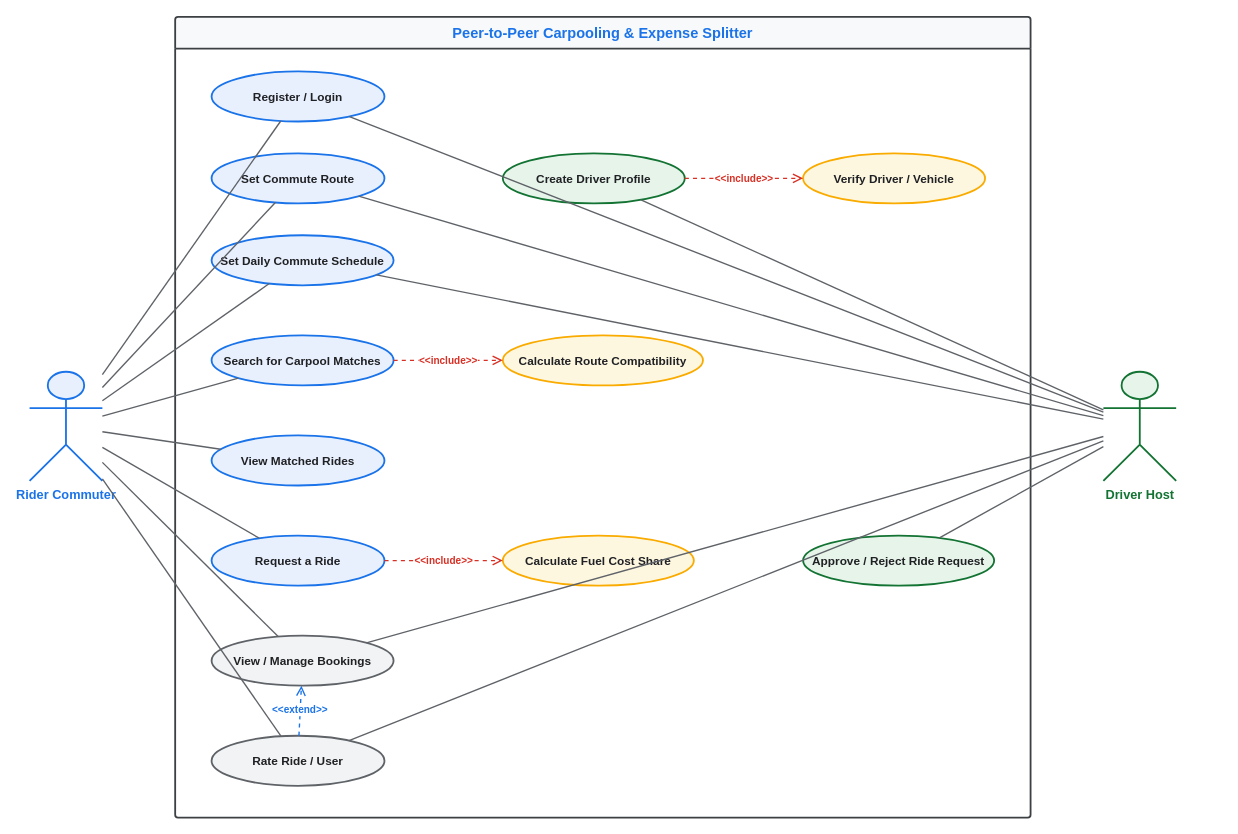
saathviksp/SE-Labs-PES1UG24CS394 keeps this draw.io diagram as Lab1/use-case-diagram.drawio. Above is the earlier version. Source tidied: cells renumbered, new cells numbered last; positions are measured from the earlier drawing's top-left corner, leaving out a move shared by most shapes. Both pictures are drawn from the tidied source at 91%, with x=0, y=0 at pixel (29, 16).
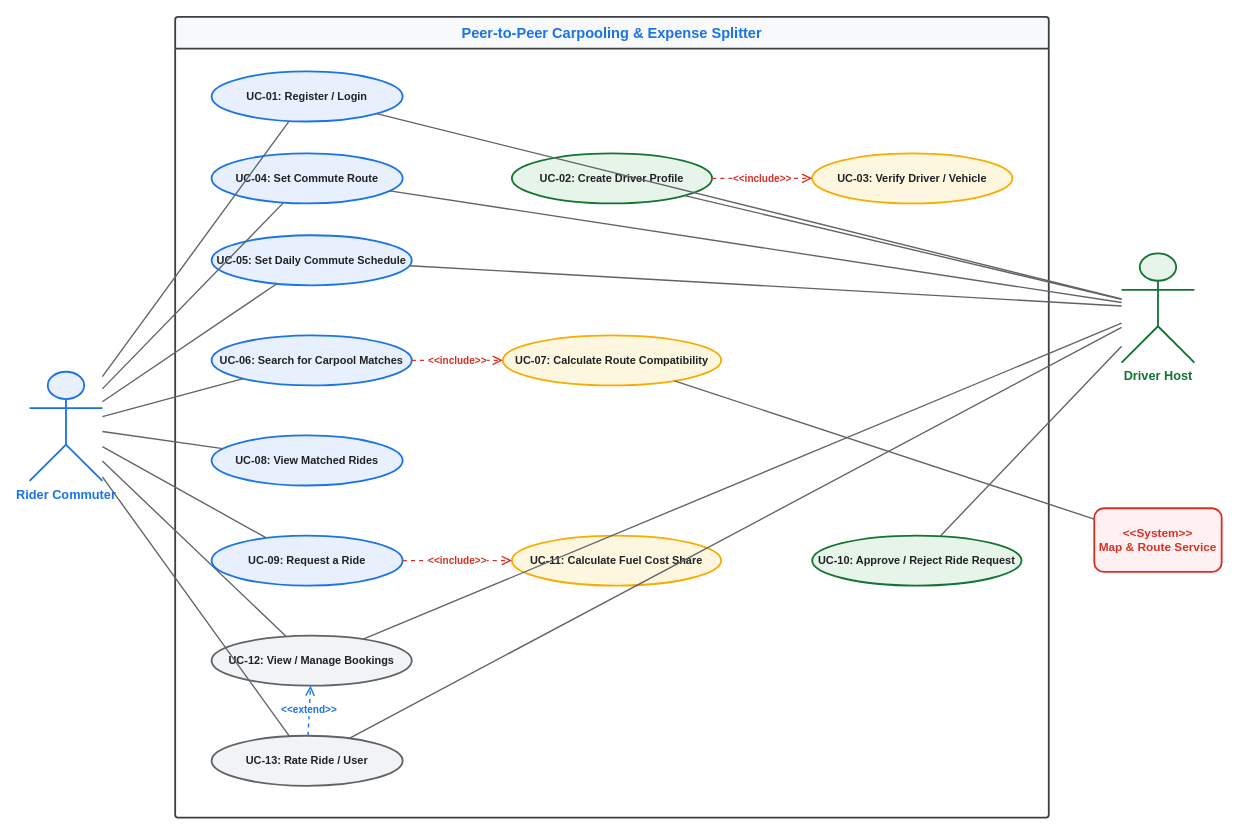
Above is the later version.

Diff of the diagram source:
```diff
@@
     <mxCell id="2" value="Peer-to-Peer Carpooling &amp;amp; Expense Splitter" style="shape=swimlane;whiteSpace=wrap;html=1;startSize=35;horizontal=1;fillColor=#F8F9FA;strokeColor=#3C4043;strokeWidth=2;fontColor=#1A73E8;fontStyle=1;fontSize=16;swimlaneFillColor=#FFFFFF;rounded=1;arcSize=3;" parent="1" vertex="1">
-      <mxGeometry x="160" width="940" height="880" as="geometry" />
+      <mxGeometry x="160" width="960" height="880" as="geometry" />
     </mxCell>
@@
     <mxCell id="4" value="Driver Host" style="shape=umlActor;verticalLabelPosition=bottom;verticalAlign=top;html=1;outlineConnect=0;fillColor=#E6F4EA;strokeColor=#137333;strokeWidth=2;fontStyle=1;fontSize=14;fontColor=#137333;" parent="1" vertex="1">
-      <mxGeometry x="1180" y="390" width="80" height="120" as="geometry" />
+      <mxGeometry x="1200" y="260" width="80" height="120" as="geometry" />
     </mxCell>
+    <mxCell id="37" value="&amp;lt;&amp;lt;System&amp;gt;&amp;gt;&lt;br/&gt;&lt;b&gt;Map &amp;amp; Route Service&lt;/b&gt;" style="shape=rectangle;whiteSpace=wrap;html=1;fillColor=#FFF0F2;strokeColor=#D93025;strokeWidth=2;fontStyle=1;fontSize=13;fontColor=#D93025;rounded=1;" parent="1" vertex="1">
+      <mxGeometry x="1170" y="540" width="140" height="70" as="geometry" />
+    </mxCell>
-    <mxCell id="5" value="Register / Login" style="ellipse;whiteSpace=wrap;html=1;strokeWidth=2;fontSize=13;fontStyle=1;fontColor=#202124;fillColor=#E8F0FE;strokeColor=#1A73E8;" parent="2" vertex="1">
-      <mxGeometry x="40" y="60" width="190" height="55" as="geometry" />
+    <mxCell id="5" value="UC-01: Register / Login" style="ellipse;whiteSpace=wrap;html=1;strokeWidth=2;fontSize=12;fontStyle=1;fontColor=#202124;fillColor=#E8F0FE;strokeColor=#1A73E8;" parent="2" vertex="1">
+      <mxGeometry x="40" y="60" width="210" height="55" as="geometry" />
     </mxCell>
-    <mxCell id="6" value="Set Commute Route" style="ellipse;whiteSpace=wrap;html=1;strokeWidth=2;fontSize=13;fontStyle=1;fontColor=#202124;fillColor=#E8F0FE;strokeColor=#1A73E8;" parent="2" vertex="1">
-      <mxGeometry x="40" y="150" width="190" height="55" as="geometry" />
+    <mxCell id="6" value="UC-04: Set Commute Route" style="ellipse;whiteSpace=wrap;html=1;strokeWidth=2;fontSize=12;fontStyle=1;fontColor=#202124;fillColor=#E8F0FE;strokeColor=#1A73E8;" parent="2" vertex="1">
+      <mxGeometry x="40" y="150" width="210" height="55" as="geometry" />
     </mxCell>
-    <mxCell id="7" value="Set Daily Commute Schedule" style="ellipse;whiteSpace=wrap;html=1;strokeWidth=2;fontSize=13;fontStyle=1;fontColor=#202124;fillColor=#E8F0FE;strokeColor=#1A73E8;" parent="2" vertex="1">
-      <mxGeometry x="40" y="240" width="200" height="55" as="geometry" />
+    <mxCell id="7" value="UC-05: Set Daily Commute Schedule" style="ellipse;whiteSpace=wrap;html=1;strokeWidth=2;fontSize=12;fontStyle=1;fontColor=#202124;fillColor=#E8F0FE;strokeColor=#1A73E8;" parent="2" vertex="1">
+      <mxGeometry x="40" y="240" width="220" height="55" as="geometry" />
     </mxCell>
-    <mxCell id="8" value="Search for Carpool Matches" style="ellipse;whiteSpace=wrap;html=1;strokeWidth=2;fontSize=13;fontStyle=1;fontColor=#202124;fillColor=#E8F0FE;strokeColor=#1A73E8;" parent="2" vertex="1">
-      <mxGeometry x="40" y="350" width="200" height="55" as="geometry" />
+    <mxCell id="8" value="UC-06: Search for Carpool Matches" style="ellipse;whiteSpace=wrap;html=1;strokeWidth=2;fontSize=12;fontStyle=1;fontColor=#202124;fillColor=#E8F0FE;strokeColor=#1A73E8;" parent="2" vertex="1">
+      <mxGeometry x="40" y="350" width="220" height="55" as="geometry" />
     </mxCell>
-    <mxCell id="9" value="View Matched Rides" style="ellipse;whiteSpace=wrap;html=1;strokeWidth=2;fontSize=13;fontStyle=1;fontColor=#202124;fillColor=#E8F0FE;strokeColor=#1A73E8;" parent="2" vertex="1">
-      <mxGeometry x="40" y="460" width="190" height="55" as="geometry" />
+    <mxCell id="9" value="UC-08: View Matched Rides" style="ellipse;whiteSpace=wrap;html=1;strokeWidth=2;fontSize=12;fontStyle=1;fontColor=#202124;fillColor=#E8F0FE;strokeColor=#1A73E8;" parent="2" vertex="1">
+      <mxGeometry x="40" y="460" width="210" height="55" as="geometry" />
     </mxCell>
-    <mxCell id="10" value="Request a Ride" style="ellipse;whiteSpace=wrap;html=1;strokeWidth=2;fontSize=13;fontStyle=1;fontColor=#202124;fillColor=#E8F0FE;strokeColor=#1A73E8;" parent="2" vertex="1">
-      <mxGeometry x="40" y="570" width="190" height="55" as="geometry" />
+    <mxCell id="10" value="UC-09: Request a Ride" style="ellipse;whiteSpace=wrap;html=1;strokeWidth=2;fontSize=12;fontStyle=1;fontColor=#202124;fillColor=#E8F0FE;strokeColor=#1A73E8;" parent="2" vertex="1">
+      <mxGeometry x="40" y="570" width="210" height="55" as="geometry" />
     </mxCell>
-    <mxCell id="11" value="View / Manage Bookings" style="ellipse;whiteSpace=wrap;html=1;strokeWidth=2;fontSize=13;fontStyle=1;fontColor=#202124;fillColor=#F1F3F4;strokeColor=#5F6368;" parent="2" vertex="1">
-      <mxGeometry x="40" y="680" width="200" height="55" as="geometry" />
+    <mxCell id="11" value="UC-12: View / Manage Bookings" style="ellipse;whiteSpace=wrap;html=1;strokeWidth=2;fontSize=12;fontStyle=1;fontColor=#202124;fillColor=#F1F3F4;strokeColor=#5F6368;" parent="2" vertex="1">
+      <mxGeometry x="40" y="680" width="220" height="55" as="geometry" />
     </mxCell>
-    <mxCell id="12" value="Rate Ride / User" style="ellipse;whiteSpace=wrap;html=1;strokeWidth=2;fontSize=13;fontStyle=1;fontColor=#202124;fillColor=#F1F3F4;strokeColor=#5F6368;" parent="2" vertex="1">
-      <mxGeometry x="40" y="790" width="190" height="55" as="geometry" />
+    <mxCell id="12" value="UC-13: Rate Ride / User" style="ellipse;whiteSpace=wrap;html=1;strokeWidth=2;fontSize=12;fontStyle=1;fontColor=#202124;fillColor=#F1F3F4;strokeColor=#5F6368;" parent="2" vertex="1">
+      <mxGeometry x="40" y="790" width="210" height="55" as="geometry" />
     </mxCell>
-    <mxCell id="13" value="Create Driver Profile" style="ellipse;whiteSpace=wrap;html=1;strokeWidth=2;fontSize=13;fontStyle=1;fontColor=#202124;fillColor=#E6F4EA;strokeColor=#137333;" parent="2" vertex="1">
-      <mxGeometry x="360" y="150" width="200" height="55" as="geometry" />
+    <mxCell id="13" value="UC-02: Create Driver Profile" style="ellipse;whiteSpace=wrap;html=1;strokeWidth=2;fontSize=12;fontStyle=1;fontColor=#202124;fillColor=#E6F4EA;strokeColor=#137333;" parent="2" vertex="1">
+      <mxGeometry x="370" y="150" width="220" height="55" as="geometry" />
     </mxCell>
-    <mxCell id="14" value="Verify Driver / Vehicle" style="ellipse;whiteSpace=wrap;html=1;strokeWidth=2;fontSize=13;fontStyle=1;fontColor=#202124;fillColor=#FEF7E0;strokeColor=#F9AB00;" parent="2" vertex="1">
-      <mxGeometry x="690" y="150" width="200" height="55" as="geometry" />
+    <mxCell id="14" value="UC-03: Verify Driver / Vehicle" style="ellipse;whiteSpace=wrap;html=1;strokeWidth=2;fontSize=12;fontStyle=1;fontColor=#202124;fillColor=#FEF7E0;strokeColor=#F9AB00;" parent="2" vertex="1">
+      <mxGeometry x="700" y="150" width="220" height="55" as="geometry" />
     </mxCell>
-    <mxCell id="15" value="Calculate Route Compatibility" style="ellipse;whiteSpace=wrap;html=1;strokeWidth=2;fontSize=13;fontStyle=1;fontColor=#202124;fillColor=#FEF7E0;strokeColor=#F9AB00;" parent="2" vertex="1">
-      <mxGeometry x="360" y="350" width="220" height="55" as="geometry" />
+    <mxCell id="15" value="UC-07: Calculate Route Compatibility" style="ellipse;whiteSpace=wrap;html=1;strokeWidth=2;fontSize=12;fontStyle=1;fontColor=#202124;fillColor=#FEF7E0;strokeColor=#F9AB00;" parent="2" vertex="1">
+      <mxGeometry x="360" y="350" width="240" height="55" as="geometry" />
     </mxCell>
-    <mxCell id="16" value="Calculate Fuel Cost Share" style="ellipse;whiteSpace=wrap;html=1;strokeWidth=2;fontSize=13;fontStyle=1;fontColor=#202124;fillColor=#FEF7E0;strokeColor=#F9AB00;" parent="2" vertex="1">
-      <mxGeometry x="360" y="570" width="210" height="55" as="geometry" />
+    <mxCell id="16" value="UC-11: Calculate Fuel Cost Share" style="ellipse;whiteSpace=wrap;html=1;strokeWidth=2;fontSize=12;fontStyle=1;fontColor=#202124;fillColor=#FEF7E0;strokeColor=#F9AB00;" parent="2" vertex="1">
+      <mxGeometry x="370" y="570" width="230" height="55" as="geometry" />
     </mxCell>
-    <mxCell id="17" value="Approve / Reject Ride Request" style="ellipse;whiteSpace=wrap;html=1;strokeWidth=2;fontSize=13;fontStyle=1;fontColor=#202124;fillColor=#E6F4EA;strokeColor=#137333;" parent="2" vertex="1">
-      <mxGeometry x="690" y="570" width="210" height="55" as="geometry" />
+    <mxCell id="17" value="UC-10: Approve / Reject Ride Request" style="ellipse;whiteSpace=wrap;html=1;strokeWidth=2;fontSize=12;fontStyle=1;fontColor=#202124;fillColor=#E6F4EA;strokeColor=#137333;" parent="2" vertex="1">
+      <mxGeometry x="700" y="570" width="230" height="55" as="geometry" />
     </mxCell>
@@
+    <mxCell id="38" style="endArrow=none;html=1;strokeColor=#5F6368;strokeWidth=1.5;" parent="1" edge="1" source="37" target="15">
+      <mxGeometry relative="1" as="geometry" />
+    </mxCell>
```
